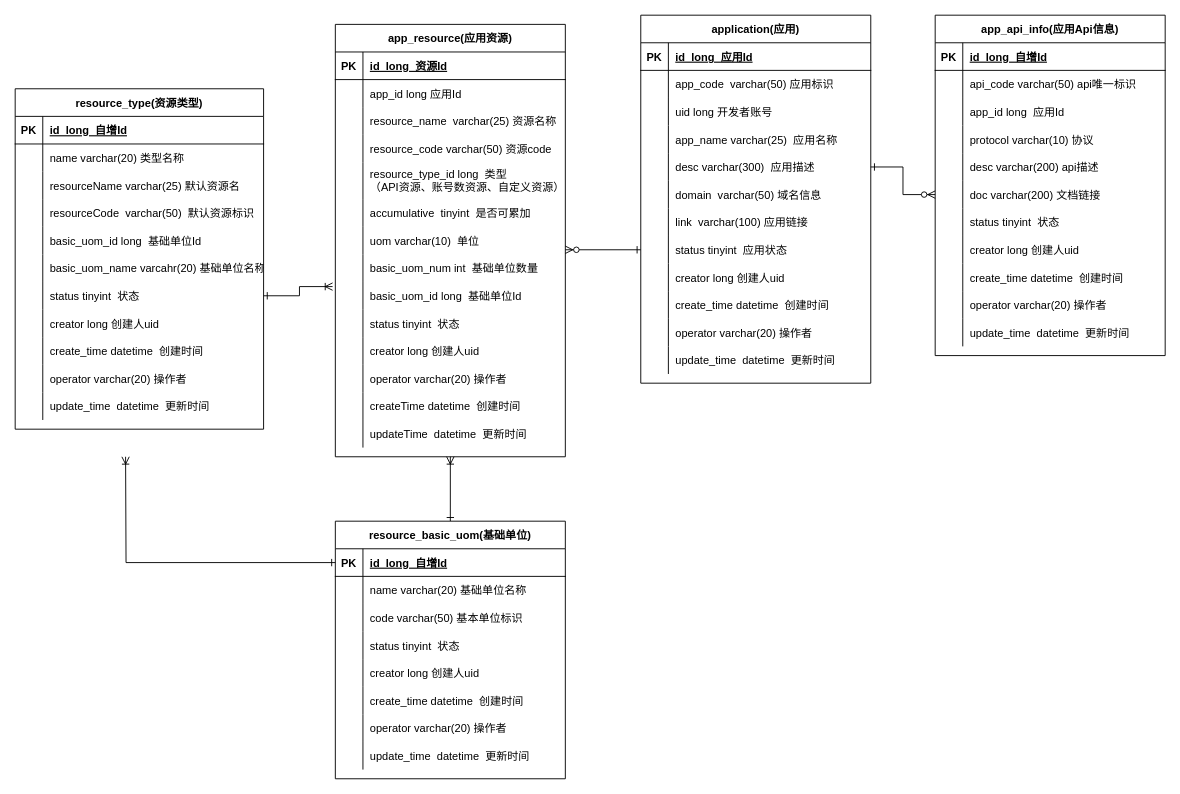
The draw.io diagram page "应用数据表设计" (2 of 2) of product.drawio in AjaxXu/Diagram, before the edit. Source tidied: cells renumbered, new cells numbered last; positions are measured from the earlier drawing's top-left corner, leaving out a move shared by most shapes. Both pictures are drawn from the tidied source at 92%, with x=0, y=0 at pixel (15, 15).
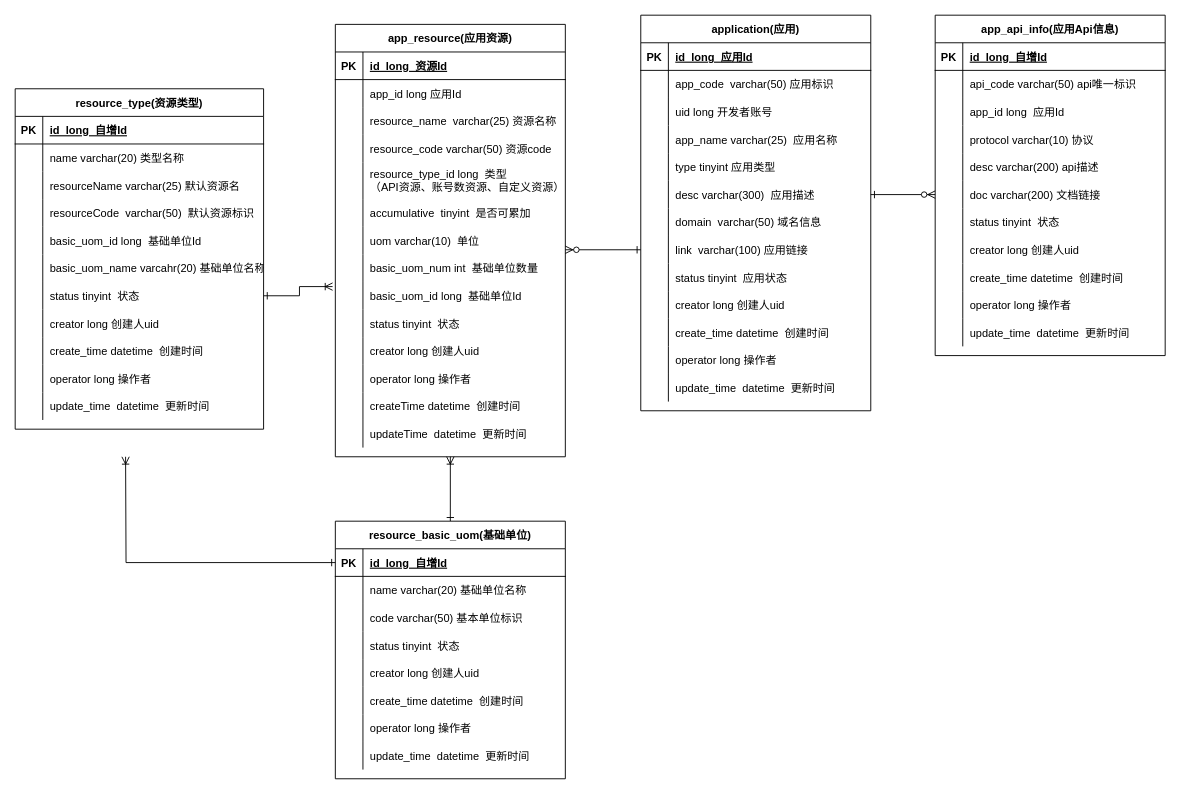
The same diagram, later.

The change refers to these unchanged cells:
```xml
<mxCell id="73" style="shape=partialRectangle;fillColor=none;top=0;left=0;right=0;bottom=0;" parent="39" vertex="1">
  <mxGeometry y="370" width="250" height="30" as="geometry" />
</mxCell>
<mxCell id="106" style="shape=partialRectangle;fillColor=none;top=0;left=0;right=0;bottom=0;" parent="87" vertex="1">
  <mxGeometry y="210" width="250" height="30" as="geometry" />
</mxCell>
<mxCell id="140" style="shape=partialRectangle;fillColor=none;top=0;left=0;right=0;bottom=0;" parent="112" vertex="1">
  <mxGeometry y="300" width="270" height="30" as="geometry" />
</mxCell>
<mxCell id="176" style="shape=partialRectangle;fillColor=none;top=0;left=0;right=0;bottom=0;" parent="148" vertex="1">
  <mxGeometry y="300" width="250" height="30" as="geometry" />
</mxCell>
```

Diff of the diagram source:
```diff
@@
     <mxCell id="2" value="application(应用)" style="shape=table;startSize=30;childLayout=tableLayout;rowLines=0;fontStyle=1;align=center;" parent="1" vertex="1">
-      <mxGeometry x="680" width="250" height="400" as="geometry" />
+      <mxGeometry x="680" width="250" height="430" as="geometry" />
     </mxCell>
@@
+    <mxCell id="183" style="shape=partialRectangle;fillColor=none;top=0;left=0;right=0;bottom=0;" parent="2" vertex="1">
+      <mxGeometry y="150" width="250" height="30" as="geometry" />
+    </mxCell>
+    <mxCell id="184" style="shape=partialRectangle;overflow=hidden;fillColor=none;top=0;left=0;bottom=0;right=0;" parent="183" vertex="1">
+      <mxGeometry width="30" height="30" as="geometry" />
+    </mxCell>
+    <mxCell id="185" value="type tinyint 应用类型" style="shape=partialRectangle;overflow=hidden;fillColor=none;top=0;left=0;bottom=0;right=0;align=left;spacingLeft=6;" parent="183" vertex="1">
+      <mxGeometry x="30" width="220" height="30" as="geometry" />
+    </mxCell>
     <mxCell id="15" style="shape=partialRectangle;fillColor=none;points=[[0,0.5],[1,0.5]];portConstraint=eastwest;top=0;left=0;right=0;bottom=0;" parent="2" vertex="1">
-      <mxGeometry y="150" width="250" height="30" as="geometry" />
+      <mxGeometry y="180" width="250" height="30" as="geometry" />
     </mxCell>
@@
     <mxCell id="18" style="shape=partialRectangle;fillColor=none;top=0;left=0;right=0;bottom=0;" parent="2" vertex="1">
-      <mxGeometry y="180" width="250" height="30" as="geometry" />
+      <mxGeometry y="210" width="250" height="30" as="geometry" />
     </mxCell>
@@
     <mxCell id="21" style="shape=partialRectangle;fillColor=none;top=0;left=0;right=0;bottom=0;" parent="2" vertex="1">
-      <mxGeometry y="210" width="250" height="30" as="geometry" />
+      <mxGeometry y="240" width="250" height="30" as="geometry" />
     </mxCell>
@@
     <mxCell id="24" style="shape=partialRectangle;fillColor=none;top=0;left=0;right=0;bottom=0;" parent="2" vertex="1">
-      <mxGeometry y="240" width="250" height="30" as="geometry" />
+      <mxGeometry y="270" width="250" height="30" as="geometry" />
     </mxCell>
@@
     <mxCell id="27" style="shape=partialRectangle;fillColor=none;top=0;left=0;right=0;bottom=0;" parent="2" vertex="1">
-      <mxGeometry y="270" width="250" height="30" as="geometry" />
+      <mxGeometry y="300" width="250" height="30" as="geometry" />
     </mxCell>
@@
     <mxCell id="30" style="shape=partialRectangle;fillColor=none;top=0;left=0;right=0;bottom=0;" parent="2" vertex="1">
-      <mxGeometry y="300" width="250" height="30" as="geometry" />
+      <mxGeometry y="330" width="250" height="30" as="geometry" />
     </mxCell>
@@
     <mxCell id="33" style="shape=partialRectangle;fillColor=none;top=0;left=0;right=0;bottom=0;" parent="2" vertex="1">
-      <mxGeometry y="330" width="250" height="30" as="geometry" />
+      <mxGeometry y="360" width="250" height="30" as="geometry" />
     </mxCell>
@@
-    <mxCell id="35" value="operator varchar(20) 操作者" style="shape=partialRectangle;overflow=hidden;fillColor=none;top=0;left=0;bottom=0;right=0;align=left;spacingLeft=6;" parent="33" vertex="1">
+    <mxCell id="35" value="operator long 操作者" style="shape=partialRectangle;overflow=hidden;fillColor=none;top=0;left=0;bottom=0;right=0;align=left;spacingLeft=6;" parent="33" vertex="1">
       <mxGeometry x="30" width="220" height="30" as="geometry" />
     </mxCell>
     <mxCell id="36" style="shape=partialRectangle;fillColor=none;top=0;left=0;right=0;bottom=0;" parent="2" vertex="1">
-      <mxGeometry y="360" width="250" height="30" as="geometry" />
+      <mxGeometry y="390" width="250" height="30" as="geometry" />
     </mxCell>
@@
-    <mxCell id="75" value="operator varchar(20) 操作者" style="shape=partialRectangle;overflow=hidden;fillColor=none;top=0;left=0;bottom=0;right=0;align=left;spacingLeft=6;" parent="73" vertex="1">
+    <mxCell id="75" value="operator long 操作者" style="shape=partialRectangle;overflow=hidden;fillColor=none;top=0;left=0;bottom=0;right=0;align=left;spacingLeft=6;" parent="73" vertex="1">
       <mxGeometry x="30" width="220" height="30" as="geometry" />
     </mxCell>
@@
-    <mxCell id="108" value="operator varchar(20) 操作者" style="shape=partialRectangle;overflow=hidden;fillColor=none;top=0;left=0;bottom=0;right=0;align=left;spacingLeft=6;" parent="106" vertex="1">
+    <mxCell id="108" value="operator long 操作者" style="shape=partialRectangle;overflow=hidden;fillColor=none;top=0;left=0;bottom=0;right=0;align=left;spacingLeft=6;" parent="106" vertex="1">
       <mxGeometry x="30" width="220" height="30" as="geometry" />
     </mxCell>
@@
-    <mxCell id="142" value="operator varchar(20) 操作者" style="shape=partialRectangle;overflow=hidden;fillColor=none;top=0;left=0;bottom=0;right=0;align=left;spacingLeft=6;" parent="140" vertex="1">
+    <mxCell id="142" value="operator long 操作者" style="shape=partialRectangle;overflow=hidden;fillColor=none;top=0;left=0;bottom=0;right=0;align=left;spacingLeft=6;" parent="140" vertex="1">
       <mxGeometry x="30" width="240" height="30" as="geometry" />
     </mxCell>
@@
-    <mxCell id="178" value="operator varchar(20) 操作者" style="shape=partialRectangle;overflow=hidden;fillColor=none;top=0;left=0;bottom=0;right=0;align=left;spacingLeft=6;" parent="176" vertex="1">
+    <mxCell id="178" value="operator long 操作者" style="shape=partialRectangle;overflow=hidden;fillColor=none;top=0;left=0;bottom=0;right=0;align=left;spacingLeft=6;" parent="176" vertex="1">
       <mxGeometry x="30" width="220" height="30" as="geometry" />
     </mxCell>
```
